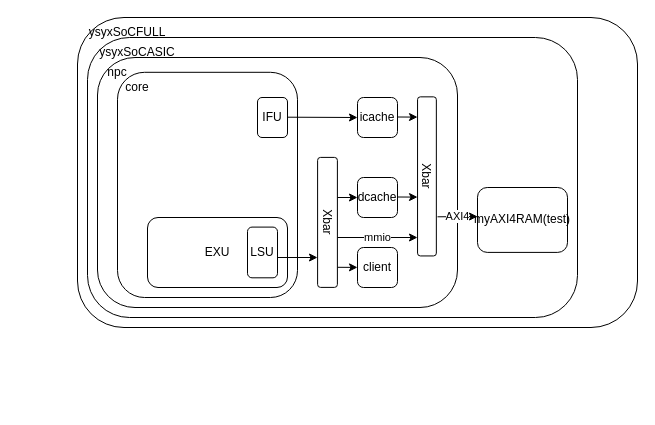
Earlier version of the draw.io diagram npc_architecture.drawio (DavidZyy/drawio_repo). Source tidied: cells renumbered, new cells numbered last; positions are measured from the earlier drawing's top-left corner, leaving out a move shared by most shapes. Both pictures are drawn from the tidied source at 100%, with x=0, y=0 at pixel (77, 17).
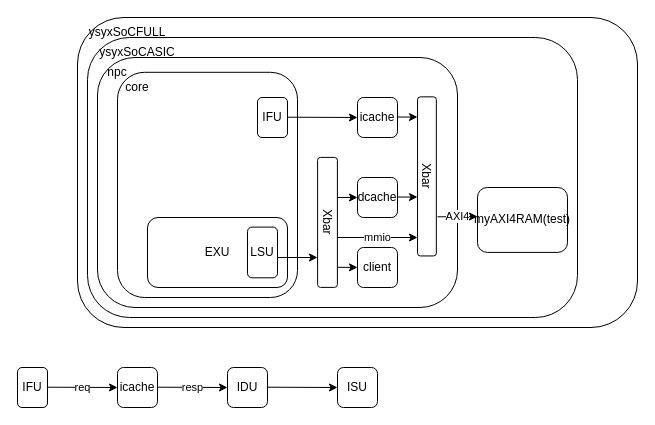
Above is the later version.

The edit, as a diff of the source:
```diff
@@
+    <mxCell id="27" value="IFU" style="rounded=1;whiteSpace=wrap;html=1;" parent="1" vertex="1">
+      <mxGeometry x="-60" y="350" width="30" height="40" as="geometry" />
+    </mxCell>
+    <mxCell id="28" value="req" style="edgeStyle=none;orthogonalLoop=1;jettySize=auto;html=1;rounded=0;" parent="1" edge="1">
+      <mxGeometry relative="1" as="geometry">
+        <mxPoint x="-30" y="369.7" as="sourcePoint" />
+        <mxPoint x="40" y="370" as="targetPoint" />
+      </mxGeometry>
+    </mxCell>
+    <mxCell id="29" value="icache" style="rounded=1;whiteSpace=wrap;html=1;" parent="1" vertex="1">
+      <mxGeometry x="40" y="350" width="40" height="40" as="geometry" />
+    </mxCell>
+    <mxCell id="30" value="resp" style="edgeStyle=none;orthogonalLoop=1;jettySize=auto;html=1;rounded=0;" parent="1" edge="1">
+      <mxGeometry relative="1" as="geometry">
+        <mxPoint x="80" y="369.7" as="sourcePoint" />
+        <mxPoint x="150" y="370" as="targetPoint" />
+      </mxGeometry>
+    </mxCell>
+    <mxCell id="31" value="IDU" style="rounded=1;whiteSpace=wrap;html=1;" parent="1" vertex="1">
+      <mxGeometry x="150" y="350" width="40" height="40" as="geometry" />
+    </mxCell>
+    <mxCell id="32" style="edgeStyle=none;orthogonalLoop=1;jettySize=auto;html=1;rounded=0;" parent="1" edge="1">
+      <mxGeometry relative="1" as="geometry">
+        <mxPoint x="190" y="369.7" as="sourcePoint" />
+        <mxPoint x="260" y="370" as="targetPoint" />
+      </mxGeometry>
+    </mxCell>
+    <mxCell id="33" value="ISU" style="rounded=1;whiteSpace=wrap;html=1;" parent="1" vertex="1">
+      <mxGeometry x="260" y="350" width="40" height="40" as="geometry" />
+    </mxCell>
```
